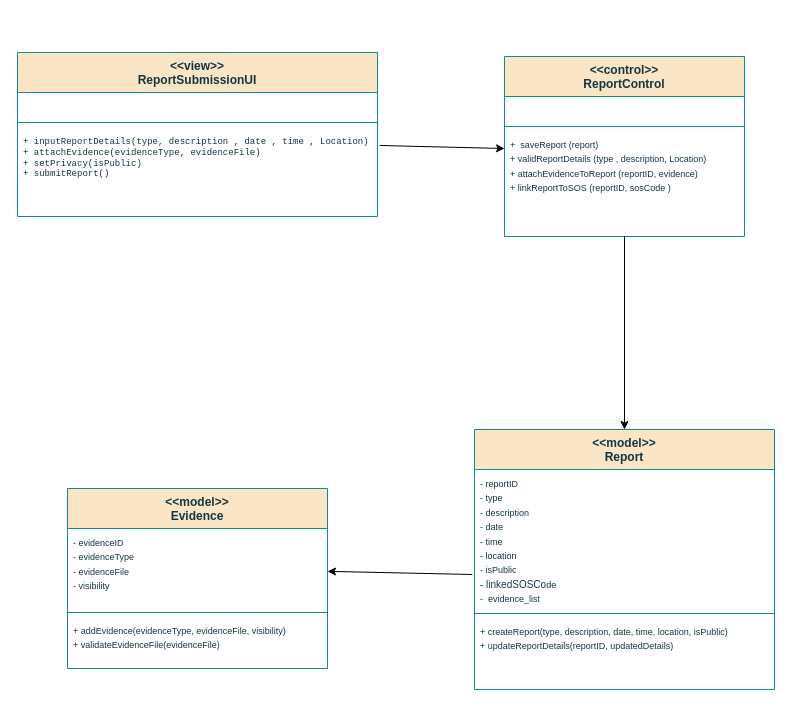
Before: page "14. User Report Submission" (14 of 17) of Untitled Diagram.drawio in TH-014/CSE_326, a draw.io diagram. Source tidied: cells renumbered, new cells numbered last; positions are measured from the earlier drawing's top-left corner, leaving out a move shared by most shapes. Both pictures are drawn from the tidied source at 100%, with x=0, y=0 at pixel (17, 52).
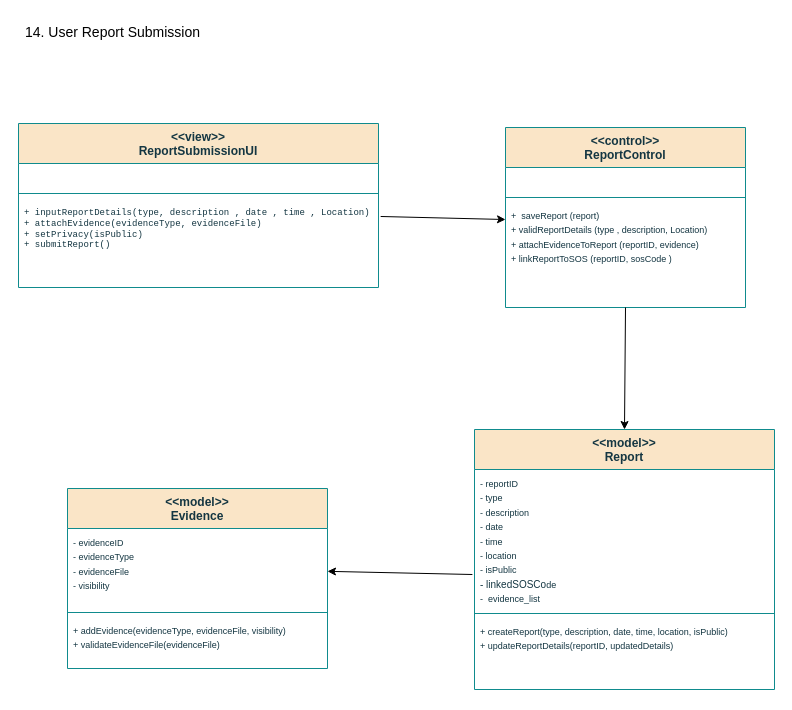
The same diagram, later.

What changed in the source:
```diff
@@
     <mxCell id="2" value="&amp;lt;&amp;lt;view&amp;gt;&amp;gt;&lt;br&gt;&lt;div&gt;&lt;span style=&quot;background-color: initial;&quot;&gt;ReportSubmissionUI&lt;/span&gt;&lt;/div&gt;" style="swimlane;fontStyle=1;align=center;verticalAlign=top;horizontal=1;startSize=40;whiteSpace=wrap;html=1;strokeColor=#0F8B8D;fontColor=#143642;fillColor=#FAE5C7;" parent="1" vertex="1">
-      <mxGeometry width="360" height="164" as="geometry" />
+      <mxGeometry x="1" y="71" width="360" height="164" as="geometry" />
     </mxCell>
@@
     <mxCell id="6" value="&amp;lt;&amp;lt;control&amp;gt;&amp;gt;&lt;br&gt;ReportControl" style="swimlane;fontStyle=1;align=center;verticalAlign=top;horizontal=1;startSize=40;whiteSpace=wrap;html=1;strokeColor=#0F8B8D;fontColor=#143642;fillColor=#FAE5C7;" parent="1" vertex="1">
-      <mxGeometry x="487" y="4" width="240" height="180" as="geometry" />
+      <mxGeometry x="488" y="75" width="240" height="180" as="geometry" />
     </mxCell>
@@
+    <mxCell id="21" value="&lt;font style=&quot;font-size: 14px;&quot;&gt;14. User Report Submission&lt;/font&gt;" style="text;html=1;align=center;verticalAlign=middle;whiteSpace=wrap;rounded=0;" parent="1" vertex="1">
+      <mxGeometry x="1" y="-35" width="189" height="30" as="geometry" />
+    </mxCell>
```
